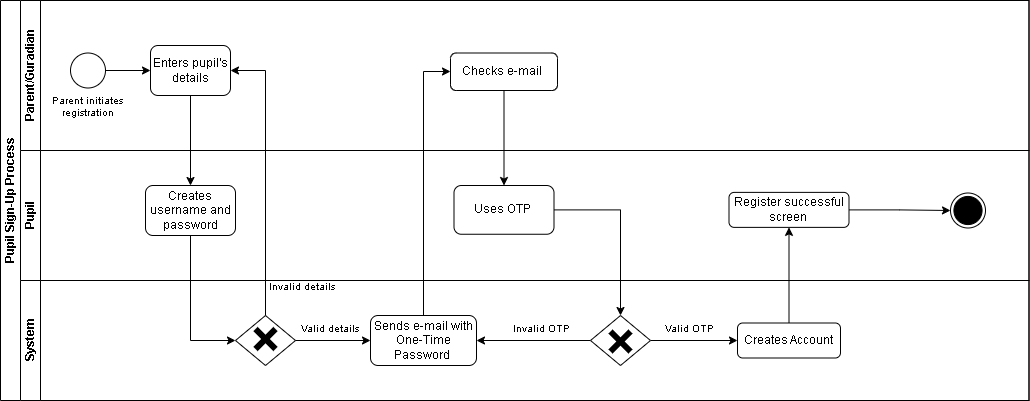
LeandroBakollari/learning-platform keeps this draw.io diagram as BPMN-diagrams/BPMN-diagram-pupil-registration.drawio.png. Above is the earlier version. Source tidied: cells renumbered, new cells last; positions are measured from the earlier drawing's top-left corner, leaving out a move shared by most shapes.
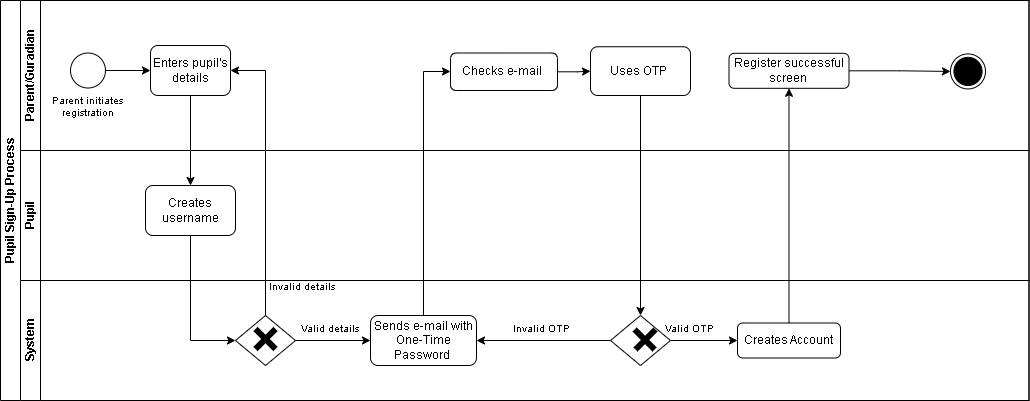
After the commit.

The edit, as a diff of the source:
```diff
@@ -5,12 +5,12 @@
     <mxCell id="2" value="Pupil Sign-Up Process" style="swimlane;html=1;horizontal=0;startSize=20;" parent="1" vertex="1">
       <mxGeometry width="1028.5" height="400" as="geometry" />
     </mxCell>
-    <mxCell id="3" style="edgeStyle=orthogonalEdgeStyle;rounded=0;jettySize=auto;html=1;endArrow=classic;endFill=1;" parent="2" edge="1" target="x">
+    <mxCell id="3" style="edgeStyle=orthogonalEdgeStyle;rounded=0;orthogonalLoop=1;jettySize=auto;html=1;endArrow=classic;endFill=1;" parent="2" edge="1">
       <mxGeometry relative="1" as="geometry">
         <mxPoint x="300" y="220" as="sourcePoint" />
       </mxGeometry>
     </mxCell>
-    <mxCell id="4" style="edgeStyle=orthogonalEdgeStyle;rounded=0;jettySize=auto;html=1;endArrow=classic;endFill=1;" parent="2" edge="1" target="x">
+    <mxCell id="4" style="edgeStyle=orthogonalEdgeStyle;rounded=0;orthogonalLoop=1;jettySize=auto;html=1;endArrow=classic;endFill=1;" parent="2" edge="1">
       <mxGeometry relative="1" as="geometry">
         <mxPoint x="180" y="230" as="sourcePoint" />
         <Array as="points">
@@ -22,12 +22,12 @@
     <mxCell id="5" value="Parent/Guradian" style="swimlane;html=1;startSize=20;horizontal=0;labelBackgroundColor=default;" parent="2" vertex="1">
       <mxGeometry x="20" width="1008.5" height="150" as="geometry" />
     </mxCell>
-    <mxCell id="6" style="edgeStyle=orthogonalEdgeStyle;rounded=0;jettySize=auto;html=1;" parent="5" edge="1" target="x">
+    <mxCell id="6" style="edgeStyle=orthogonalEdgeStyle;rounded=0;orthogonalLoop=1;jettySize=auto;html=1;" parent="5" edge="1">
       <mxGeometry relative="1" as="geometry">
         <mxPoint x="80" y="60" as="sourcePoint" />
       </mxGeometry>
     </mxCell>
-    <mxCell id="7" style="edgeStyle=orthogonalEdgeStyle;rounded=0;jettySize=auto;html=1;endArrow=classic;endFill=1;" parent="5" edge="1" target="x">
+    <mxCell id="7" style="edgeStyle=orthogonalEdgeStyle;rounded=0;orthogonalLoop=1;jettySize=auto;html=1;endArrow=classic;endFill=1;" parent="5" edge="1">
       <mxGeometry relative="1" as="geometry">
         <mxPoint x="320" y="60" as="sourcePoint" />
       </mxGeometry>
@@ -47,36 +47,39 @@
     <mxCell id="12" value="Checks e-mail&amp;nbsp;" style="whiteSpace=wrap;html=1;rounded=1;" parent="5" vertex="1">
       <mxGeometry x="430" y="52.5" width="107" height="37.5" as="geometry" />
     </mxCell>
+    <mxCell id="16" value="Uses OTP&amp;nbsp;" style="whiteSpace=wrap;html=1;rounded=1;" parent="5" vertex="1">
+      <mxGeometry x="570" y="46.2" width="100" height="48.8" as="geometry" />
+    </mxCell>
+    <mxCell id="41" style="edgeStyle=orthogonalEdgeStyle;rounded=0;jettySize=auto;html=1;" parent="5" edge="1" source="12" target="16">
+      <mxGeometry relative="1" as="geometry" />
+    </mxCell>
+    <mxCell id="19" style="ellipse;whiteSpace=wrap;html=1;" parent="5" vertex="1">
+      <mxGeometry x="930" y="53.4" width="35" height="35" as="geometry" />
+    </mxCell>
+    <mxCell id="20" style="ellipse;whiteSpace=wrap;html=1;backgroundOutline=0;gradientColor=default;gradientDirection=radial;fillColor=#000000;" parent="5" vertex="1">
+      <mxGeometry x="933.4" y="56.9" width="28.1" height="28.1" as="geometry" />
+    </mxCell>
+    <mxCell id="18" value="Register successful screen&amp;nbsp;" style="whiteSpace=wrap;html=1;rounded=1;" parent="5" vertex="1">
+      <mxGeometry x="708.5" y="52.8" width="120" height="35" as="geometry" />
+    </mxCell>
+    <mxCell id="17" style="edgeStyle=orthogonalEdgeStyle;rounded=0;jettySize=auto;html=1;entryX=0;entryY=0.5;entryDx=0;entryDy=0;" parent="5" edge="1" source="18" target="19">
+      <mxGeometry relative="1" as="geometry" />
+    </mxCell>
     <mxCell id="13" value="Pupil" style="swimlane;html=1;startSize=20;horizontal=0;labelBackgroundColor=default;" parent="2" vertex="1">
       <mxGeometry x="20" y="150" width="1008.5" height="130" as="geometry" />
     </mxCell>
-    <mxCell id="14" style="edgeStyle=orthogonalEdgeStyle;rounded=0;jettySize=auto;html=1;endArrow=classic;endFill=1;" parent="13" edge="1" target="x">
+    <mxCell id="14" style="edgeStyle=orthogonalEdgeStyle;rounded=0;orthogonalLoop=1;jettySize=auto;html=1;endArrow=classic;endFill=1;" parent="13" edge="1">
       <mxGeometry relative="1" as="geometry">
         <mxPoint x="200" y="60" as="sourcePoint" />
       </mxGeometry>
     </mxCell>
-    <mxCell id="15" value="Creates username and password" style="rounded=1;whiteSpace=wrap;html=1;" parent="13" vertex="1">
+    <mxCell id="15" value="Creates&lt;div&gt;&lt;span style=&quot;background-color: transparent; color: light-dark(rgb(0, 0, 0), rgb(255, 255, 255));&quot;&gt;username&lt;/span&gt;&lt;/div&gt;" style="rounded=1;whiteSpace=wrap;html=1;" parent="13" vertex="1">
       <mxGeometry x="125" y="35" width="90" height="50" as="geometry" />
     </mxCell>
-    <mxCell id="16" value="Uses OTP&amp;nbsp;" style="whiteSpace=wrap;html=1;rounded=1;" parent="13" vertex="1">
-      <mxGeometry x="433.5" y="35" width="100" height="48.8" as="geometry" />
-    </mxCell>
-    <mxCell id="17" style="edgeStyle=orthogonalEdgeStyle;rounded=0;jettySize=auto;html=1;entryX=0;entryY=0.5;entryDx=0;entryDy=0;" parent="13" edge="1" source="18" target="19">
-      <mxGeometry relative="1" as="geometry" />
-    </mxCell>
-    <mxCell id="18" value="Register successful screen&amp;nbsp;" style="whiteSpace=wrap;html=1;rounded=1;" parent="13" vertex="1">
-      <mxGeometry x="708.5" y="41.9" width="120" height="35" as="geometry" />
-    </mxCell>
-    <mxCell id="19" style="ellipse;whiteSpace=wrap;html=1;" parent="13" vertex="1">
-      <mxGeometry x="930" y="42.5" width="35" height="35" as="geometry" />
-    </mxCell>
-    <mxCell id="20" style="ellipse;whiteSpace=wrap;html=1;backgroundOutline=0;gradientColor=default;gradientDirection=radial;fillColor=#000000;" parent="13" vertex="1">
-      <mxGeometry x="933.4" y="45.9" width="28.1" height="28.1" as="geometry" />
-    </mxCell>
     <mxCell id="21" value="System" style="swimlane;html=1;startSize=20;horizontal=0;labelBackgroundColor=default;" parent="2" vertex="1">
       <mxGeometry x="20" y="280" width="1008.5" height="120" as="geometry" />
     </mxCell>
-    <mxCell id="22" style="edgeStyle=orthogonalEdgeStyle;rounded=0;jettySize=auto;html=1;endArrow=classic;endFill=1;" parent="21" edge="1" target="x">
+    <mxCell id="22" style="edgeStyle=orthogonalEdgeStyle;rounded=0;orthogonalLoop=1;jettySize=auto;html=1;endArrow=classic;endFill=1;" parent="21" edge="1">
       <mxGeometry relative="1" as="geometry">
         <mxPoint x="320" y="50" as="sourcePoint" />
       </mxGeometry>
@@ -100,7 +103,7 @@
       <mxGeometry relative="1" as="geometry" />
     </mxCell>
     <mxCell id="29" style="rhombus;whiteSpace=wrap;html=1;" parent="21" vertex="1">
-      <mxGeometry x="570" y="35" width="60" height="50" as="geometry" />
+      <mxGeometry x="590" y="35" width="60" height="50" as="geometry" />
     </mxCell>
     <mxCell id="30" value="Valid details" style="text;html=1;align=center;verticalAlign=middle;whiteSpace=wrap;rounded=0;fontSize=10;" parent="21" vertex="1">
       <mxGeometry x="267.5" y="41.2" width="82.5" height="12.5" as="geometry" />
@@ -115,13 +118,13 @@
       <mxGeometry x="627.5" y="41.2" width="82.5" height="12.5" as="geometry" />
     </mxCell>
     <mxCell id="34" style="group;" parent="21" vertex="1">
-      <mxGeometry x="585" y="42.5" width="30" height="37" as="geometry" />
+      <mxGeometry x="610" y="40.5" width="30" height="37" as="geometry" />
     </mxCell>
     <mxCell id="35" style="line;strokeWidth=6;html=1;rotation=-225;" parent="34" vertex="1">
       <mxGeometry x="0.9" y="9.8" width="28.3" height="17.4" as="geometry" />
     </mxCell>
     <mxCell id="36" style="line;strokeWidth=6;html=1;rotation=45;" parent="34" vertex="1">
-      <mxGeometry x="0.9" y="9.8" width="28.3" height="17.4" as="geometry" />
+      <mxGeometry y="9.8" width="28.3" height="17.4" as="geometry" />
     </mxCell>
     <mxCell id="37" style="edgeStyle=orthogonalEdgeStyle;rounded=0;jettySize=auto;html=1;" parent="2" edge="1" source="11" target="15">
       <mxGeometry relative="1" as="geometry" />
@@ -147,9 +150,6 @@
         </Array>
       </mxGeometry>
     </mxCell>
-    <mxCell id="41" style="edgeStyle=orthogonalEdgeStyle;rounded=0;jettySize=auto;html=1;" parent="2" edge="1" source="12" target="16">
-      <mxGeometry relative="1" as="geometry" />
-    </mxCell>
     <mxCell id="42" style="edgeStyle=orthogonalEdgeStyle;rounded=0;jettySize=auto;html=1;entryX=0.5;entryY=0;entryDx=0;entryDy=0;" parent="2" edge="1" source="16" target="29">
       <mxGeometry relative="1" as="geometry" />
     </mxCell>
```
